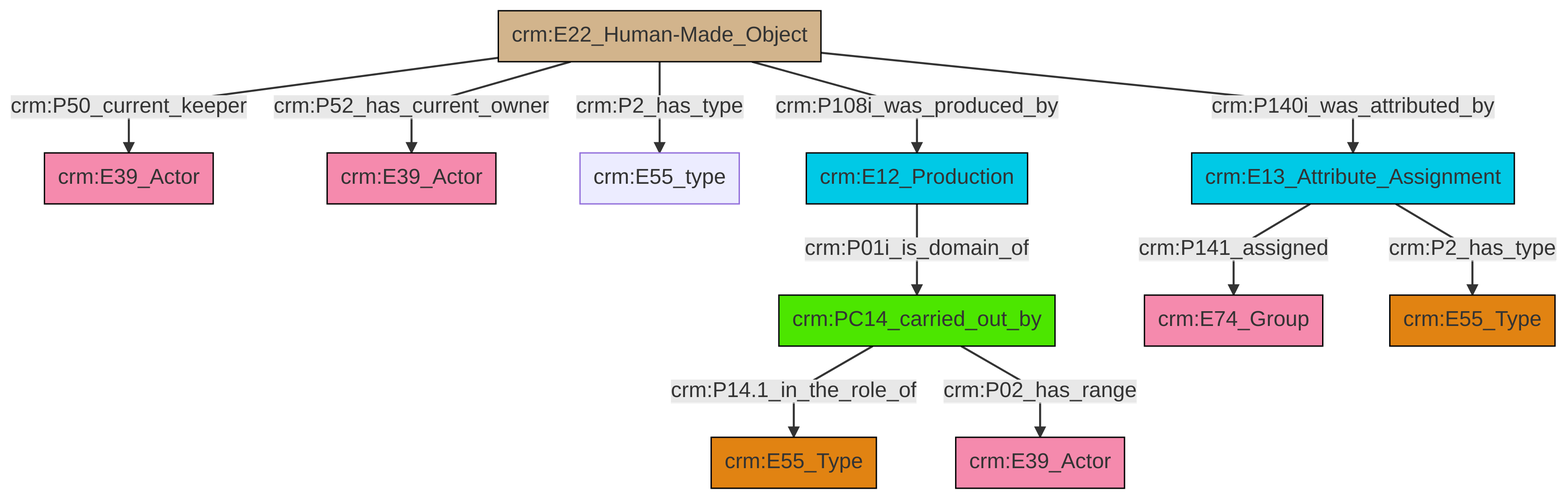
swiss-art-research-net/docs.swissartresearch keeps this Mermaid diagram as et/artworkCSV/ttl/mmd/png/Artwork_Actor_Relations.png. Above is the earlier version. Its source is kept beside it as et/artworkCSV/ttl/mmd/Artwork_Actor_Relations.ttl.mmd.
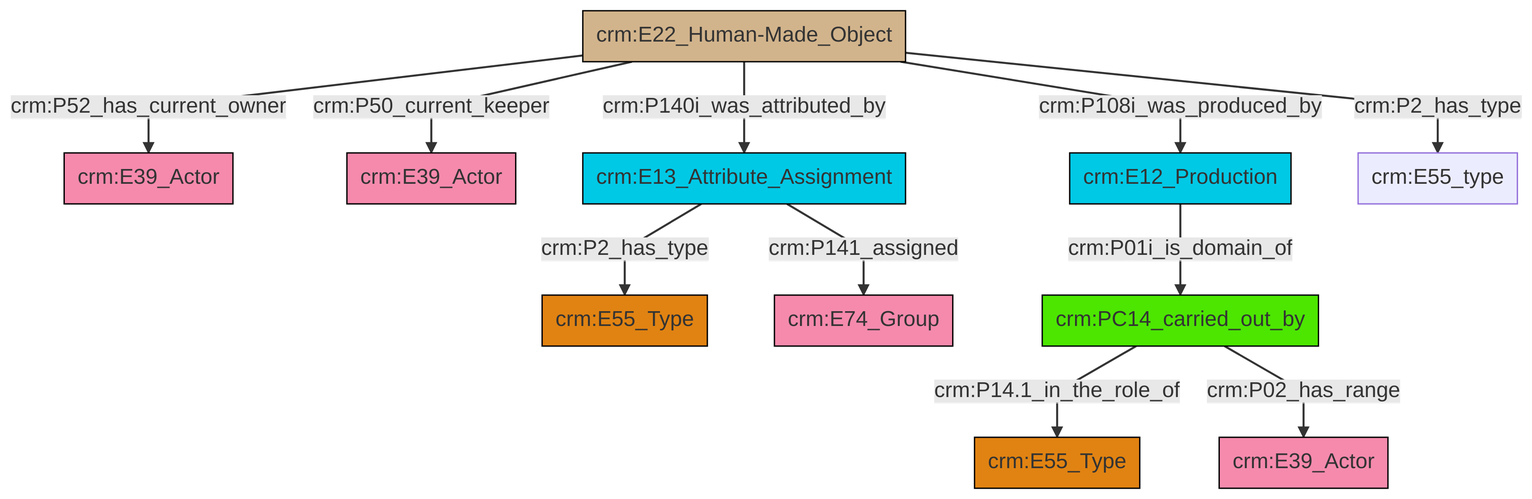
After the change.

The edit, as a diff of the source:
```diff
@@ -13,13 +13,13 @@
 classDef PC_Classes fill:#4ce600, stroke:#000000;
 classDef Multi fill:#cccccc,stroke:#000000;
 
-0["crm:E13_Attribute_Assignment"]:::Temporal_Entity -->|crm:P141_assigned| 1["crm:E74_Group"]:::Actor
-3["crm:PC14_carried_out_by"]:::PC_Classes -->|crm:P14.1_in_the_role_of| 4["crm:E55_Type"]:::Type
-5["crm:E12_Production"]:::Temporal_Entity -->|crm:P01i_is_domain_of| 3["crm:PC14_carried_out_by"]:::PC_Classes
-6["crm:E22_Human-Made_Object"]:::Physical_Thing -->|crm:P50_current_keeper| 10["crm:E39_Actor"]:::Actor
-6["crm:E22_Human-Made_Object"]:::Physical_Thing -->|crm:P52_has_current_owner| 11["crm:E39_Actor"]:::Actor
-6["crm:E22_Human-Made_Object"]:::Physical_Thing -->|crm:P2_has_type| 12["crm:E55_type"]:::Default
-6["crm:E22_Human-Made_Object"]:::Physical_Thing -->|crm:P108i_was_produced_by| 5["crm:E12_Production"]:::Temporal_Entity
-3["crm:PC14_carried_out_by"]:::PC_Classes -->|crm:P02_has_range| 18["crm:E39_Actor"]:::Actor
-6["crm:E22_Human-Made_Object"]:::Physical_Thing -->|crm:P140i_was_attributed_by| 0["crm:E13_Attribute_Assignment"]:::Temporal_Entity
-0["crm:E13_Attribute_Assignment"]:::Temporal_Entity -->|crm:P2_has_type| 8["crm:E55_Type"]:::Type
+0["crm:E13_Attribute_Assignment"]:::Temporal_Entity -->|crm:P2_has_type| 4["crm:E55_Type"]:::Type
+2["crm:E22_Human-Made_Object"]:::Physical_Thing -->|crm:P52_has_current_owner| 10["crm:E39_Actor"]:::Actor
+2["crm:E22_Human-Made_Object"]:::Physical_Thing -->|crm:P50_current_keeper| 8["crm:E39_Actor"]:::Actor
+0["crm:E13_Attribute_Assignment"]:::Temporal_Entity -->|crm:P141_assigned| 14["crm:E74_Group"]:::Actor
+16["crm:E12_Production"]:::Temporal_Entity -->|crm:P01i_is_domain_of| 11["crm:PC14_carried_out_by"]:::PC_Classes
+2["crm:E22_Human-Made_Object"]:::Physical_Thing -->|crm:P140i_was_attributed_by| 0["crm:E13_Attribute_Assignment"]:::Temporal_Entity
+2["crm:E22_Human-Made_Object"]:::Physical_Thing -->|crm:P108i_was_produced_by| 16["crm:E12_Production"]:::Temporal_Entity
+11["crm:PC14_carried_out_by"]:::PC_Classes -->|crm:P14.1_in_the_role_of| 6["crm:E55_Type"]:::Type
+11["crm:PC14_carried_out_by"]:::PC_Classes -->|crm:P02_has_range| 19["crm:E39_Actor"]:::Actor
+2["crm:E22_Human-Made_Object"]:::Physical_Thing -->|crm:P2_has_type| 17["crm:E55_type"]:::Default
```
